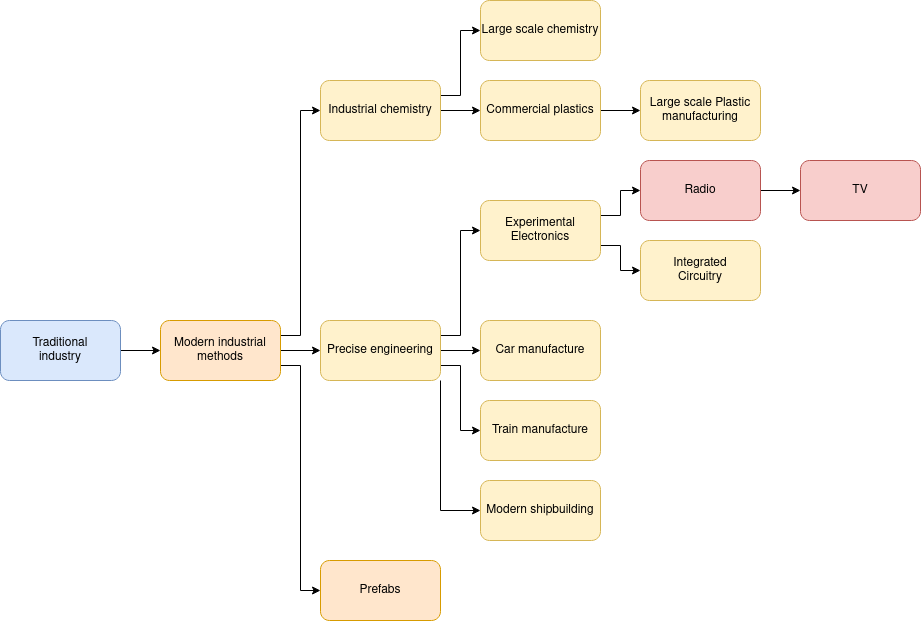
This is resources/techtree.png from cit1zen/workers-and-resources-community-tech-tree, a draw.io export, as it was before one commit. Source tidied: cells renumbered, new cells last; positions are measured from the earlier drawing's top-left corner, leaving out a move shared by most shapes.
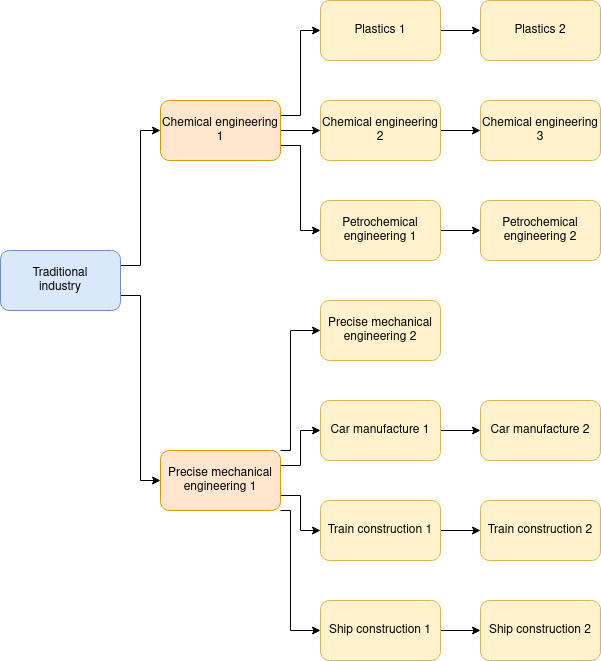
The same diagram one commit later.

Diff of the diagram source:
```diff
@@ -2,98 +2,114 @@
   <root>
     <mxCell id="0" />
     <mxCell id="1" parent="0" />
-    <mxCell id="2" style="edgeStyle=orthogonalEdgeStyle;rounded=0;jettySize=auto;html=1;exitX=1;exitY=0.25;exitDx=0;exitDy=0;" parent="1" edge="1" source="4">
-      <mxGeometry relative="1" as="geometry">
-        <mxPoint x="480" y="30" as="targetPoint" />
-        <Array as="points">
-          <mxPoint x="460" y="95" />
-          <mxPoint x="460" y="30" />
-        </Array>
-      </mxGeometry>
-    </mxCell>
-    <mxCell id="3" style="edgeStyle=orthogonalEdgeStyle;rounded=0;jettySize=auto;html=1;exitX=1;exitY=0.5;exitDx=0;exitDy=0;entryX=0;entryY=0.5;entryDx=0;entryDy=0;" parent="1" edge="1" source="4" target="12">
-      <mxGeometry relative="1" as="geometry" />
-    </mxCell>
-    <mxCell id="4" value="Industrial chemistry" style="rounded=1;whiteSpace=wrap;html=1;fillColor=#fff2cc;strokeColor=#d6b656;" parent="1" vertex="1">
-      <mxGeometry x="320" y="80" width="120" height="60" as="geometry" />
-    </mxCell>
-    <mxCell id="5" style="edgeStyle=orthogonalEdgeStyle;rounded=0;jettySize=auto;html=1;exitX=1;exitY=0.25;exitDx=0;exitDy=0;" parent="1" edge="1" source="7" target="9">
-      <mxGeometry relative="1" as="geometry" />
-    </mxCell>
-    <mxCell id="6" style="edgeStyle=orthogonalEdgeStyle;rounded=0;jettySize=auto;html=1;exitX=1;exitY=0.75;exitDx=0;exitDy=0;" parent="1" edge="1" source="7" target="10">
-      <mxGeometry relative="1" as="geometry" />
-    </mxCell>
-    <mxCell id="7" value="Experimental Electronics" style="rounded=1;whiteSpace=wrap;html=1;fillColor=#fff2cc;strokeColor=#d6b656;" parent="1" vertex="1">
-      <mxGeometry x="480" y="200" width="120" height="60" as="geometry" />
-    </mxCell>
-    <mxCell id="8" style="edgeStyle=orthogonalEdgeStyle;rounded=0;jettySize=auto;html=1;exitX=1;exitY=0.5;exitDx=0;exitDy=0;entryX=0;entryY=0.5;entryDx=0;entryDy=0;" parent="1" edge="1" source="9" target="14">
-      <mxGeometry relative="1" as="geometry" />
-    </mxCell>
-    <mxCell id="9" value="Radio" style="rounded=1;whiteSpace=wrap;html=1;fillColor=#f8cecc;strokeColor=#b85450;" parent="1" vertex="1">
-      <mxGeometry x="640" y="160" width="120" height="60" as="geometry" />
-    </mxCell>
-    <mxCell id="10" value="Integrated&lt;br&gt;Circuitry" style="rounded=1;whiteSpace=wrap;html=1;fillColor=#fff2cc;strokeColor=#d6b656;" parent="1" vertex="1">
-      <mxGeometry x="640" y="240" width="120" height="60" as="geometry" />
-    </mxCell>
-    <mxCell id="11" style="edgeStyle=orthogonalEdgeStyle;rounded=0;jettySize=auto;html=1;exitX=1;exitY=0.5;exitDx=0;exitDy=0;entryX=0;entryY=0.5;entryDx=0;entryDy=0;" parent="1" edge="1" source="12" target="15">
-      <mxGeometry relative="1" as="geometry" />
-    </mxCell>
-    <mxCell id="12" value="Commercial plastics&lt;br&gt;" style="rounded=1;whiteSpace=wrap;html=1;fillColor=#fff2cc;strokeColor=#d6b656;" parent="1" vertex="1">
-      <mxGeometry x="480" y="80" width="120" height="60" as="geometry" />
-    </mxCell>
-    <mxCell id="13" value="Large scale chemistry&lt;br&gt;" style="rounded=1;whiteSpace=wrap;html=1;fillColor=#fff2cc;strokeColor=#d6b656;" parent="1" vertex="1">
-      <mxGeometry x="480" width="120" height="60" as="geometry" />
-    </mxCell>
-    <mxCell id="14" value="TV" style="rounded=1;whiteSpace=wrap;html=1;fillColor=#f8cecc;strokeColor=#b85450;" parent="1" vertex="1">
-      <mxGeometry x="800" y="160" width="120" height="60" as="geometry" />
-    </mxCell>
-    <mxCell id="15" value="Large scale Plastic manufacturing" style="rounded=1;whiteSpace=wrap;html=1;fillColor=#fff2cc;strokeColor=#d6b656;" parent="1" vertex="1">
-      <mxGeometry x="640" y="80" width="120" height="60" as="geometry" />
-    </mxCell>
-    <mxCell id="16" style="edgeStyle=orthogonalEdgeStyle;rounded=0;jettySize=auto;html=1;exitX=1;exitY=0.5;exitDx=0;exitDy=0;entryX=0;entryY=0.5;entryDx=0;entryDy=0;" parent="1" edge="1" source="17" target="21">
-      <mxGeometry relative="1" as="geometry" />
-    </mxCell>
+    <mxCell id="31" style="edgeStyle=orthogonalEdgeStyle;rounded=0;jettySize=auto;html=1;exitX=1;exitY=0.25;exitDx=0;exitDy=0;entryX=0;entryY=0.5;entryDx=0;entryDy=0;" parent="1" edge="1" source="17" target="36">
+      <mxGeometry relative="1" as="geometry" />
+    </mxCell>
+    <mxCell id="32" style="edgeStyle=orthogonalEdgeStyle;rounded=0;jettySize=auto;html=1;exitX=1;exitY=0.75;exitDx=0;exitDy=0;entryX=0;entryY=0.5;entryDx=0;entryDy=0;" parent="1" edge="1" source="17" target="50">
+      <mxGeometry relative="1" as="geometry" />
+    </mxCell>
     <mxCell id="17" value="&lt;div&gt;Traditional&lt;/div&gt;&lt;div&gt;industry&lt;br&gt;&lt;/div&gt;" style="rounded=1;whiteSpace=wrap;html=1;fillColor=#dae8fc;strokeColor=#6c8ebf;" parent="1" vertex="1">
       <mxGeometry y="320" width="120" height="60" as="geometry" />
     </mxCell>
-    <mxCell id="18" style="edgeStyle=orthogonalEdgeStyle;rounded=0;jettySize=auto;html=1;exitX=1;exitY=0.25;exitDx=0;exitDy=0;entryX=0;entryY=0.5;entryDx=0;entryDy=0;" parent="1" edge="1" source="21" target="4">
-      <mxGeometry relative="1" as="geometry" />
-    </mxCell>
-    <mxCell id="19" style="edgeStyle=orthogonalEdgeStyle;rounded=0;jettySize=auto;html=1;exitX=1;exitY=0.5;exitDx=0;exitDy=0;entryX=0;entryY=0.5;entryDx=0;entryDy=0;" parent="1" edge="1" source="21" target="26">
-      <mxGeometry relative="1" as="geometry" />
-    </mxCell>
-    <mxCell id="20" style="edgeStyle=orthogonalEdgeStyle;rounded=0;jettySize=auto;html=1;exitX=1;exitY=0.75;exitDx=0;exitDy=0;entryX=0;entryY=0.5;entryDx=0;entryDy=0;" parent="1" edge="1" source="21" target="27">
-      <mxGeometry relative="1" as="geometry" />
-    </mxCell>
-    <mxCell id="21" value="Modern industrial methods" style="rounded=1;whiteSpace=wrap;html=1;fillColor=#ffe6cc;strokeColor=#d79b00;" parent="1" vertex="1">
-      <mxGeometry x="160" y="320" width="120" height="60" as="geometry" />
-    </mxCell>
-    <mxCell id="22" style="edgeStyle=orthogonalEdgeStyle;rounded=0;jettySize=auto;html=1;exitX=1;exitY=0.25;exitDx=0;exitDy=0;entryX=0;entryY=0.5;entryDx=0;entryDy=0;" parent="1" edge="1" source="26" target="7">
-      <mxGeometry relative="1" as="geometry" />
-    </mxCell>
-    <mxCell id="23" style="edgeStyle=orthogonalEdgeStyle;rounded=0;jettySize=auto;html=1;exitX=1;exitY=0.5;exitDx=0;exitDy=0;entryX=0;entryY=0.5;entryDx=0;entryDy=0;" parent="1" edge="1" source="26" target="28">
-      <mxGeometry relative="1" as="geometry" />
-    </mxCell>
-    <mxCell id="24" style="edgeStyle=orthogonalEdgeStyle;rounded=0;jettySize=auto;html=1;exitX=1;exitY=0.75;exitDx=0;exitDy=0;entryX=0;entryY=0.5;entryDx=0;entryDy=0;" parent="1" edge="1" source="26" target="29">
-      <mxGeometry relative="1" as="geometry" />
-    </mxCell>
-    <mxCell id="25" style="edgeStyle=orthogonalEdgeStyle;rounded=0;jettySize=auto;html=1;exitX=1;exitY=1;exitDx=0;exitDy=0;entryX=0;entryY=0.5;entryDx=0;entryDy=0;" parent="1" edge="1" source="26" target="30">
-      <mxGeometry relative="1" as="geometry" />
-    </mxCell>
-    <mxCell id="26" value="Precise engineering" style="rounded=1;whiteSpace=wrap;html=1;fillColor=#fff2cc;strokeColor=#d6b656;" parent="1" vertex="1">
-      <mxGeometry x="320" y="320" width="120" height="60" as="geometry" />
-    </mxCell>
-    <mxCell id="27" value="Prefabs" style="rounded=1;whiteSpace=wrap;html=1;fillColor=#ffe6cc;strokeColor=#d79b00;" parent="1" vertex="1">
-      <mxGeometry x="320" y="560" width="120" height="60" as="geometry" />
-    </mxCell>
-    <mxCell id="28" value="Car manufacture" style="rounded=1;whiteSpace=wrap;html=1;fillColor=#fff2cc;strokeColor=#d6b656;" parent="1" vertex="1">
-      <mxGeometry x="480" y="320" width="120" height="60" as="geometry" />
-    </mxCell>
-    <mxCell id="29" value="Train manufacture" style="rounded=1;whiteSpace=wrap;html=1;fillColor=#fff2cc;strokeColor=#d6b656;" parent="1" vertex="1">
-      <mxGeometry x="480" y="400" width="120" height="60" as="geometry" />
-    </mxCell>
-    <mxCell id="30" value="Modern shipbuilding" style="rounded=1;whiteSpace=wrap;html=1;fillColor=#fff2cc;strokeColor=#d6b656;" parent="1" vertex="1">
-      <mxGeometry x="480" y="480" width="120" height="60" as="geometry" />
-    </mxCell>
+    <mxCell id="33" style="edgeStyle=orthogonalEdgeStyle;rounded=0;jettySize=auto;html=1;exitX=1;exitY=0.75;exitDx=0;exitDy=0;entryX=0;entryY=0.5;entryDx=0;entryDy=0;" parent="1" edge="1" source="36" target="44">
+      <mxGeometry relative="1" as="geometry" />
+    </mxCell>
+    <mxCell id="34" style="edgeStyle=orthogonalEdgeStyle;rounded=0;jettySize=auto;html=1;exitX=1;exitY=0.5;exitDx=0;exitDy=0;" parent="1" edge="1" source="36" target="38">
+      <mxGeometry relative="1" as="geometry" />
+    </mxCell>
+    <mxCell id="35" style="edgeStyle=orthogonalEdgeStyle;rounded=0;jettySize=auto;html=1;exitX=1;exitY=0.25;exitDx=0;exitDy=0;entryX=0;entryY=0.5;entryDx=0;entryDy=0;" parent="1" edge="1" source="36" target="41">
+      <mxGeometry relative="1" as="geometry" />
+    </mxCell>
+    <mxCell id="36" value="Chemical engineering 1" style="rounded=1;whiteSpace=wrap;html=1;fillColor=#ffe6cc;strokeColor=#d79b00;" parent="1" vertex="1">
+      <mxGeometry x="160" y="170" width="120" height="60" as="geometry" />
+    </mxCell>
+    <mxCell id="37" style="edgeStyle=orthogonalEdgeStyle;rounded=0;jettySize=auto;html=1;exitX=1;exitY=0.5;exitDx=0;exitDy=0;" parent="1" edge="1" source="38" target="39">
+      <mxGeometry relative="1" as="geometry" />
+    </mxCell>
+    <mxCell id="38" value="Chemical engineering 2" style="rounded=1;whiteSpace=wrap;html=1;fillColor=#fff2cc;strokeColor=#d6b656;" parent="1" vertex="1">
+      <mxGeometry x="320" y="170" width="120" height="60" as="geometry" />
+    </mxCell>
+    <mxCell id="39" value="&lt;div&gt;Chemical engineering 3&lt;/div&gt;" style="rounded=1;whiteSpace=wrap;html=1;fillColor=#fff2cc;strokeColor=#d6b656;" parent="1" vertex="1">
+      <mxGeometry x="480" y="170" width="120" height="60" as="geometry" />
+    </mxCell>
+    <mxCell id="40" style="edgeStyle=orthogonalEdgeStyle;rounded=0;jettySize=auto;html=1;exitX=1;exitY=0.5;exitDx=0;exitDy=0;" parent="1" edge="1" source="41" target="42">
+      <mxGeometry relative="1" as="geometry" />
+    </mxCell>
+    <mxCell id="41" value="&lt;div&gt;Plastics 1&lt;/div&gt;" style="rounded=1;whiteSpace=wrap;html=1;fillColor=#fff2cc;strokeColor=#d6b656;" parent="1" vertex="1">
+      <mxGeometry x="320" y="70" width="120" height="60" as="geometry" />
+    </mxCell>
+    <mxCell id="42" value="Plastics 2" style="rounded=1;whiteSpace=wrap;html=1;fillColor=#fff2cc;strokeColor=#d6b656;" parent="1" vertex="1">
+      <mxGeometry x="480" y="70" width="120" height="60" as="geometry" />
+    </mxCell>
+    <mxCell id="43" style="edgeStyle=orthogonalEdgeStyle;rounded=0;jettySize=auto;html=1;exitX=1;exitY=0.5;exitDx=0;exitDy=0;entryX=0;entryY=0.5;entryDx=0;entryDy=0;" parent="1" edge="1" source="44" target="45">
+      <mxGeometry relative="1" as="geometry" />
+    </mxCell>
+    <mxCell id="44" value="Petrochemical engineering 1" style="rounded=1;whiteSpace=wrap;html=1;fillColor=#fff2cc;strokeColor=#d6b656;" parent="1" vertex="1">
+      <mxGeometry x="320" y="270" width="120" height="60" as="geometry" />
+    </mxCell>
+    <mxCell id="45" value="&lt;div&gt;Petrochemical engineering 2&lt;/div&gt;" style="rounded=1;whiteSpace=wrap;html=1;fillColor=#fff2cc;strokeColor=#d6b656;" parent="1" vertex="1">
+      <mxGeometry x="480" y="270" width="120" height="60" as="geometry" />
+    </mxCell>
+    <mxCell id="46" style="edgeStyle=orthogonalEdgeStyle;rounded=0;jettySize=auto;html=1;exitX=1;exitY=0;exitDx=0;exitDy=0;entryX=0;entryY=0.5;entryDx=0;entryDy=0;" parent="1" edge="1" target="51">
+      <mxGeometry relative="1" as="geometry">
+        <mxPoint x="280" y="520" as="sourcePoint" />
+        <Array as="points">
+          <mxPoint x="290" y="520" />
+          <mxPoint x="290" y="400" />
+        </Array>
+      </mxGeometry>
+    </mxCell>
+    <mxCell id="47" style="edgeStyle=orthogonalEdgeStyle;rounded=0;jettySize=auto;html=1;exitX=1;exitY=0.25;exitDx=0;exitDy=0;entryX=0;entryY=0.5;entryDx=0;entryDy=0;" parent="1" edge="1" target="53">
+      <mxGeometry relative="1" as="geometry">
+        <mxPoint x="280" y="535" as="sourcePoint" />
+      </mxGeometry>
+    </mxCell>
+    <mxCell id="48" style="edgeStyle=orthogonalEdgeStyle;rounded=0;jettySize=auto;html=1;exitX=1;exitY=0.75;exitDx=0;exitDy=0;entryX=0;entryY=0.5;entryDx=0;entryDy=0;" parent="1" edge="1" target="56">
+      <mxGeometry relative="1" as="geometry">
+        <mxPoint x="280" y="565" as="sourcePoint" />
+      </mxGeometry>
+    </mxCell>
+    <mxCell id="49" style="edgeStyle=orthogonalEdgeStyle;rounded=0;jettySize=auto;html=1;exitX=1;exitY=1;exitDx=0;exitDy=0;entryX=0;entryY=0.5;entryDx=0;entryDy=0;" parent="1" edge="1" target="59">
+      <mxGeometry relative="1" as="geometry">
+        <mxPoint x="280" y="580" as="sourcePoint" />
+        <Array as="points">
+          <mxPoint x="290" y="580" />
+          <mxPoint x="290" y="700" />
+        </Array>
+      </mxGeometry>
+    </mxCell>
+    <mxCell id="50" value="&lt;div&gt;Precise mechanical engineering 1&lt;/div&gt;" style="rounded=1;whiteSpace=wrap;html=1;fillColor=#ffe6cc;strokeColor=#d79b00;" parent="1" vertex="1">
+      <mxGeometry x="160" y="520" width="120" height="60" as="geometry" />
+    </mxCell>
+    <mxCell id="51" value="Precise mechanical engineering 2" style="rounded=1;whiteSpace=wrap;html=1;fillColor=#fff2cc;strokeColor=#d6b656;" parent="1" vertex="1">
+      <mxGeometry x="320" y="370" width="120" height="60" as="geometry" />
+    </mxCell>
+    <mxCell id="52" style="edgeStyle=orthogonalEdgeStyle;rounded=0;jettySize=auto;html=1;exitX=1;exitY=0.5;exitDx=0;exitDy=0;entryX=0;entryY=0.5;entryDx=0;entryDy=0;" parent="1" edge="1" source="53" target="54">
+      <mxGeometry relative="1" as="geometry" />
+    </mxCell>
+    <mxCell id="53" value="Car manufacture 1" style="rounded=1;whiteSpace=wrap;html=1;fillColor=#fff2cc;strokeColor=#d6b656;" parent="1" vertex="1">
+      <mxGeometry x="320" y="470" width="120" height="60" as="geometry" />
+    </mxCell>
+    <mxCell id="54" value="Car manufacture 2" style="rounded=1;whiteSpace=wrap;html=1;fillColor=#fff2cc;strokeColor=#d6b656;" parent="1" vertex="1">
+      <mxGeometry x="480" y="470" width="120" height="60" as="geometry" />
+    </mxCell>
+    <mxCell id="55" style="edgeStyle=orthogonalEdgeStyle;rounded=0;jettySize=auto;html=1;exitX=1;exitY=0.5;exitDx=0;exitDy=0;entryX=0;entryY=0.5;entryDx=0;entryDy=0;" parent="1" edge="1" source="56" target="57">
+      <mxGeometry relative="1" as="geometry" />
+    </mxCell>
+    <mxCell id="56" value="Train construction 1" style="rounded=1;whiteSpace=wrap;html=1;fillColor=#fff2cc;strokeColor=#d6b656;" parent="1" vertex="1">
+      <mxGeometry x="320" y="570" width="120" height="60" as="geometry" />
+    </mxCell>
+    <mxCell id="57" value="Train construction 2" style="rounded=1;whiteSpace=wrap;html=1;fillColor=#fff2cc;strokeColor=#d6b656;" parent="1" vertex="1">
+      <mxGeometry x="480" y="570" width="120" height="60" as="geometry" />
+    </mxCell>
+    <mxCell id="58" style="edgeStyle=orthogonalEdgeStyle;rounded=0;jettySize=auto;html=1;exitX=1;exitY=0.5;exitDx=0;exitDy=0;entryX=0;entryY=0.5;entryDx=0;entryDy=0;" parent="1" edge="1" source="59" target="60">
+      <mxGeometry relative="1" as="geometry" />
+    </mxCell>
+    <mxCell id="59" value="Ship construction 1" style="rounded=1;whiteSpace=wrap;html=1;fillColor=#fff2cc;strokeColor=#d6b656;" parent="1" vertex="1">
+      <mxGeometry x="320" y="670" width="120" height="60" as="geometry" />
+    </mxCell>
+    <mxCell id="60" value="Ship construction 2" style="rounded=1;whiteSpace=wrap;html=1;fillColor=#fff2cc;strokeColor=#d6b656;" parent="1" vertex="1">
+      <mxGeometry x="480" y="670" width="120" height="60" as="geometry" />
+    </mxCell>
   </root>
 </mxGraphModel>
```
